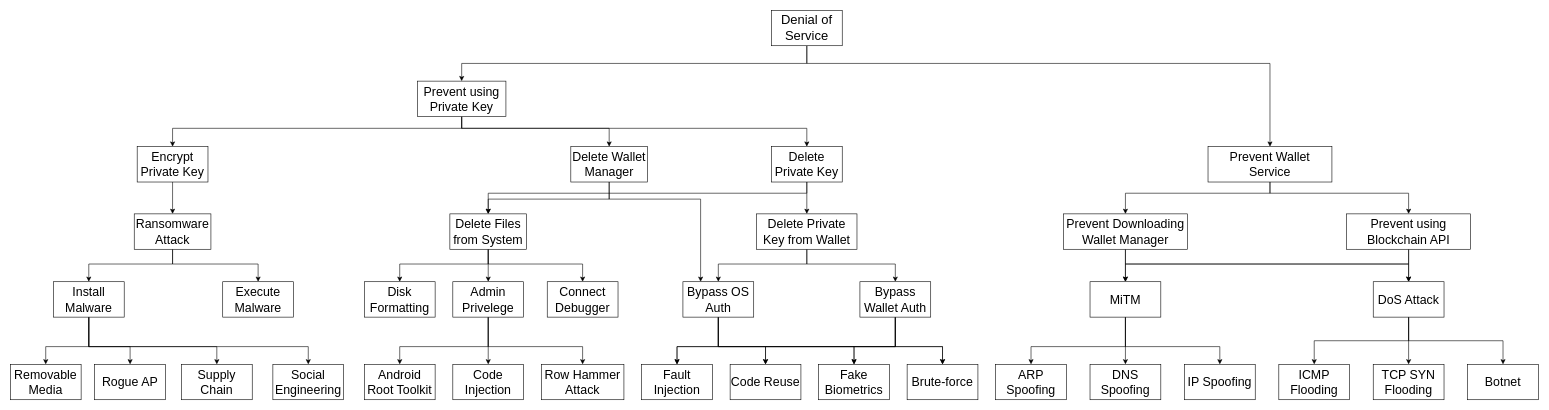
xujiahuayz/crypto-wallets keeps this draw.io diagram as page "dos-tree" (15 of 16) of assets/crypto-wallets.drawio. Above is the earlier version. Source tidied: cells renumbered, new cells numbered last; positions are measured from the earlier drawing's top-left corner, leaving out a move shared by most shapes. Both pictures are drawn from the tidied source at 59%, with x=0, y=0 at pixel (10, 10).
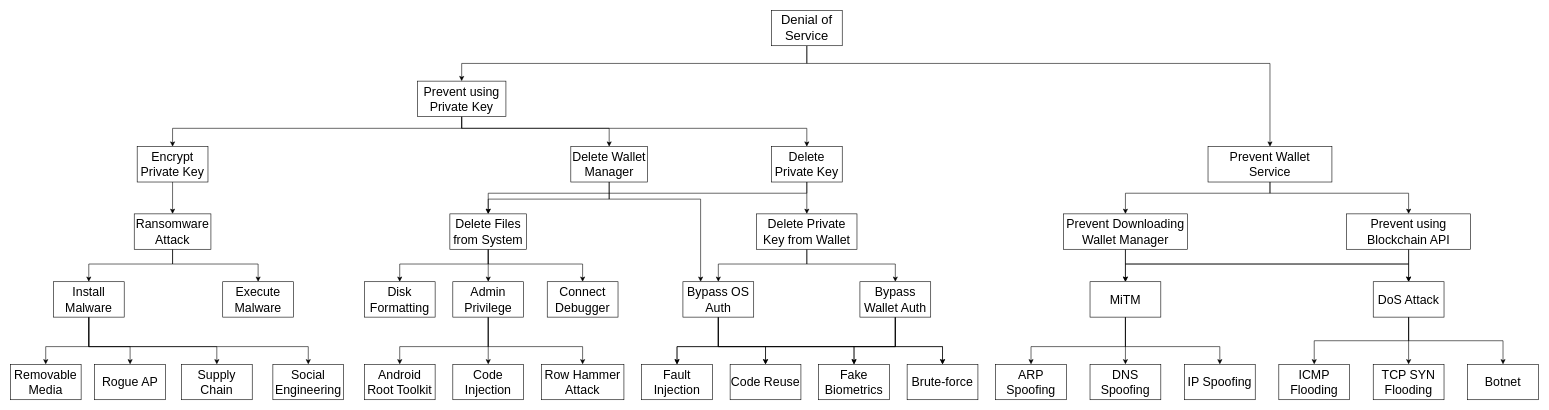
The same page after the edit.

What changed in the source:
```diff
@@
-    <mxCell id="53" value="&lt;font style=&quot;font-size: 21px;&quot;&gt;Admin Privelege&lt;/font&gt;" style="rounded=0;whiteSpace=wrap;html=1;" parent="1" vertex="1">
+    <mxCell id="53" value="&lt;font style=&quot;font-size: 21px;&quot;&gt;Admin Privilege&lt;/font&gt;" style="rounded=0;whiteSpace=wrap;html=1;" parent="1" vertex="1">
       <mxGeometry x="750" y="460" width="120" height="60" as="geometry" />
     </mxCell>
```
